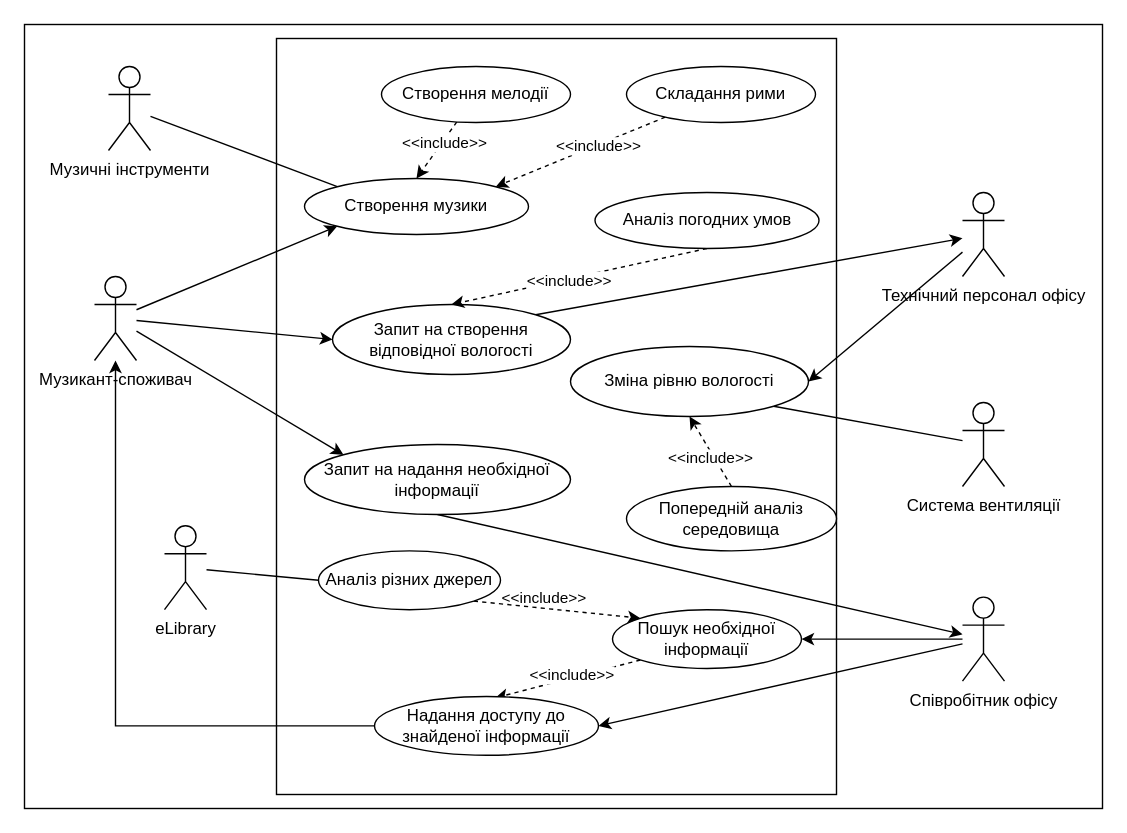
The draw.io diagram SoftwareRequirements/1.3-SoftwareUserRequirements/1.3.3-UseCaseDiagram/UseCaseDiagram.drawio in oleksandrblazhko/ai-216-semerenko, before the edit. Source tidied: cells renumbered, new cells numbered last; positions are measured from the earlier drawing's top-left corner, leaving out a move shared by most shapes. Both pictures are drawn from the tidied source at 140%, with x=0, y=0 at pixel (24, 24).
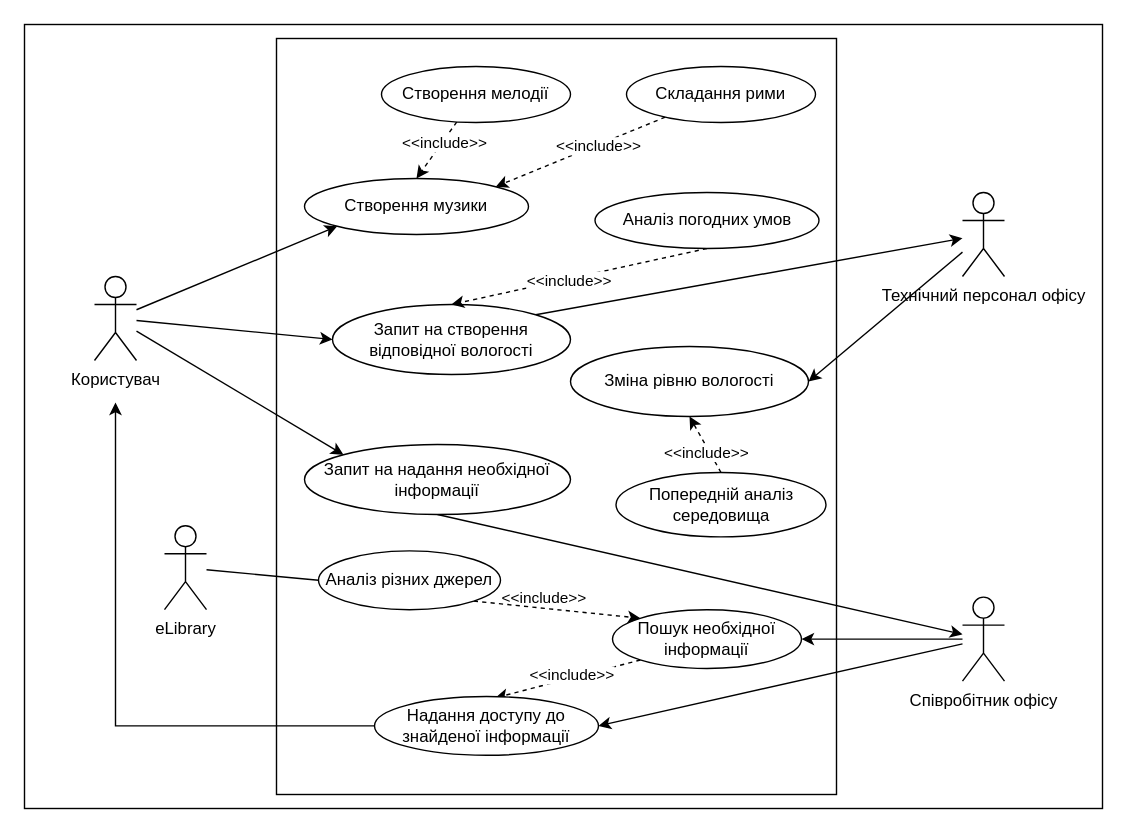
The same diagram, later.

Unchanged cells that the change refers to:
```xml
<mxCell id="17" value="Зміна рівню вологості&lt;span id=&quot;docs-internal-guid-c57abb48-7fff-8af7-19ce-6c347189a080&quot;&gt;&lt;/span&gt;" style="ellipse;whiteSpace=wrap;html=1;" parent="1" vertex="1">
  <mxGeometry x="390" y="230" width="170" height="50" as="geometry" />
</mxCell>
<mxCell id="33" value="Надання доступу до знайденої інформації&lt;span id=&quot;docs-internal-guid-c57abb48-7fff-8af7-19ce-6c347189a080&quot;&gt;&lt;/span&gt;" style="ellipse;whiteSpace=wrap;html=1;" parent="1" vertex="1">
  <mxGeometry x="250" y="480" width="160" height="42" as="geometry" />
</mxCell>
<mxCell id="38" value="Створення музики&lt;span id=&quot;docs-internal-guid-c57abb48-7fff-8af7-19ce-6c347189a080&quot;&gt;&lt;/span&gt;" style="ellipse;whiteSpace=wrap;html=1;" parent="1" vertex="1">
  <mxGeometry x="200" y="110" width="160" height="40" as="geometry" />
</mxCell>
```

What changed in the source:
```diff
@@
-    <mxCell id="7" value="Музикант-споживач" style="shape=umlActor;verticalLabelPosition=bottom;verticalAlign=top;html=1;outlineConnect=0;" parent="1" vertex="1">
+    <mxCell id="7" value="Користувач" style="shape=umlActor;verticalLabelPosition=bottom;verticalAlign=top;html=1;outlineConnect=0;" parent="1" vertex="1">
       <mxGeometry x="50" y="180" width="30" height="60" as="geometry" />
     </mxCell>
@@
-    <mxCell id="15" value="Система вентиляції" style="shape=umlActor;verticalLabelPosition=bottom;verticalAlign=top;html=1;outlineConnect=0;" parent="1" vertex="1">
-      <mxGeometry x="670" y="270" width="30" height="60" as="geometry" />
-    </mxCell>
-    <mxCell id="16" style="rounded=0;jettySize=auto;html=1;exitX=1;exitY=1;exitDx=0;exitDy=0;endArrow=none;endFill=0;" parent="1" edge="1" source="17" target="15">
-      <mxGeometry relative="1" as="geometry" />
-    </mxCell>
@@
     <mxCell id="20" value="Попередній аналіз середовища&lt;span id=&quot;docs-internal-guid-c57abb48-7fff-8af7-19ce-6c347189a080&quot;&gt;&lt;/span&gt;" style="ellipse;whiteSpace=wrap;html=1;" parent="1" vertex="1">
-      <mxGeometry x="430" y="330" width="150" height="46" as="geometry" />
+      <mxGeometry x="422.5" y="320" width="150" height="46" as="geometry" />
     </mxCell>
@@
-    <mxCell id="32" style="edgeStyle=orthogonalEdgeStyle;rounded=0;jettySize=auto;html=1;exitX=0;exitY=0.5;exitDx=0;exitDy=0;" parent="1" edge="1" source="33" target="7">
-      <mxGeometry relative="1" as="geometry" />
+    <mxCell id="32" style="edgeStyle=orthogonalEdgeStyle;rounded=0;jettySize=auto;html=1;exitX=0;exitY=0.5;exitDx=0;exitDy=0;" parent="1" edge="1" source="33">
+      <mxGeometry relative="1" as="geometry">
+        <mxPoint x="65" y="270" as="targetPoint" />
+        <Array as="points">
+          <mxPoint x="65" y="501" />
+        </Array>
+      </mxGeometry>
     </mxCell>
@@
-    <mxCell id="36" style="rounded=0;jettySize=auto;html=1;entryX=0;entryY=0;entryDx=0;entryDy=0;endArrow=none;endFill=0;" parent="1" edge="1" source="37" target="38">
-      <mxGeometry relative="1" as="geometry" />
-    </mxCell>
-    <mxCell id="37" value="Музичні інструменти" style="shape=umlActor;verticalLabelPosition=bottom;verticalAlign=top;html=1;outlineConnect=0;" parent="1" vertex="1">
-      <mxGeometry x="60" y="30" width="30" height="60" as="geometry" />
-    </mxCell>
```
